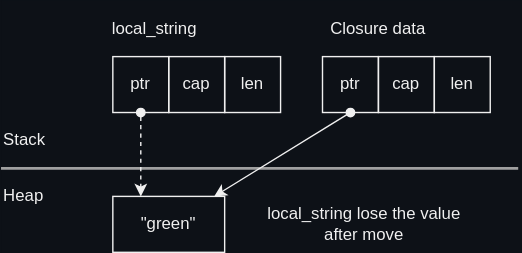
htgithub194/self-study keeps this draw.io diagram as docs/rust/closure/images/move_closure.drawio.svg. Above is the earlier version. Source tidied: cells renumbered, new cells last; positions are measured from the earlier drawing's top-left corner, leaving out a move shared by most shapes.
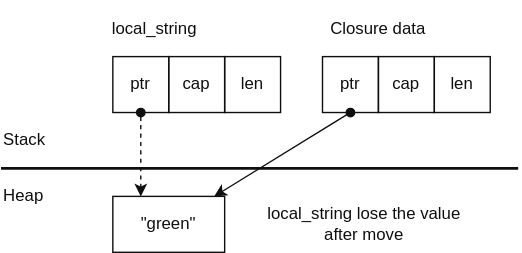
After the change.

Change to the diagram source:
```diff
@@ -1,53 +1,53 @@
-<mxGraphModel background="#0D1117">
+<mxGraphModel>
   <root>
     <mxCell id="0" />
     <mxCell id="1" parent="0" />
-    <mxCell id="2" value="Closure data" style="text;html=1;strokeColor=none;fillColor=none;align=center;verticalAlign=middle;whiteSpace=wrap;rounded=0;fontColor=#F0F0F0;" parent="1" vertex="1">
+    <mxCell id="2" value="Closure data" style="text;html=1;strokeColor=none;fillColor=none;align=center;verticalAlign=middle;whiteSpace=wrap;rounded=0;fontColor=light-dark(#0F0F0F,#F0F0F0);" parent="1" vertex="1">
       <mxGeometry x="230" width="80" height="40" as="geometry" />
     </mxCell>
-    <mxCell id="3" style="endArrow=none;html=1;strokeColor=#A0A0A0;strokeWidth=2;" parent="1" edge="1">
+    <mxCell id="3" style="endArrow=none;html=1;strokeColor=light-dark(#0F0F0F,#F0F0F0);strokeWidth=2;fontColor=light-dark(#0F0F0F,#F0F0F0);" parent="1" edge="1">
       <mxGeometry relative="1" as="geometry">
         <mxPoint y="120" as="sourcePoint" />
         <mxPoint x="370" y="120" as="targetPoint" />
       </mxGeometry>
     </mxCell>
-    <mxCell id="4" value="Heap" style="text;html=1;strokeColor=none;fillColor=none;align=left;verticalAlign=middle;whiteSpace=wrap;rounded=0;fontColor=#F0F0F0;" parent="1" vertex="1">
+    <mxCell id="4" value="Heap" style="text;html=1;strokeColor=none;fillColor=none;align=left;verticalAlign=middle;whiteSpace=wrap;rounded=0;fontColor=light-dark(#0F0F0F,#F0F0F0);" parent="1" vertex="1">
       <mxGeometry y="120" width="80" height="40" as="geometry" />
     </mxCell>
-    <mxCell id="5" value="Stack" style="text;html=1;strokeColor=none;fillColor=none;align=left;verticalAlign=middle;whiteSpace=wrap;rounded=0;fontColor=#F0F0F0;" parent="1" vertex="1">
+    <mxCell id="5" value="Stack" style="text;html=1;strokeColor=none;fillColor=none;align=left;verticalAlign=middle;whiteSpace=wrap;rounded=0;fontColor=light-dark(#0F0F0F,#F0F0F0);" parent="1" vertex="1">
       <mxGeometry y="80" width="80" height="40" as="geometry" />
     </mxCell>
-    <mxCell id="6" style="edgeStyle=none;html=1;entryX=0.25;entryY=0;entryDx=0;entryDy=0;strokeColor=#F0F0F0;fontColor=#F0F0F0;strokeWidth=1;startArrow=oval;startFill=1;dashed=1;" parent="1" edge="1" source="7" target="11">
+    <mxCell id="6" style="edgeStyle=none;html=1;entryX=0.25;entryY=0;entryDx=0;entryDy=0;strokeColor=light-dark(#0F0F0F,#F0F0F0);fontColor=light-dark(#0F0F0F,#F0F0F0);strokeWidth=1;startArrow=oval;startFill=1;dashed=1;" parent="1" edge="1" source="7" target="11">
       <mxGeometry relative="1" as="geometry" />
     </mxCell>
-    <mxCell id="7" value="ptr" style="rounded=0;whiteSpace=wrap;html=1;flipH=1;flipV=1;fillColor=none;fontColor=#F0F0F0;strokeColor=#F0F0F0;" parent="1" vertex="1">
+    <mxCell id="7" value="ptr" style="rounded=0;whiteSpace=wrap;html=1;flipH=1;flipV=1;fillColor=none;fontColor=light-dark(#0F0F0F,#F0F0F0);strokeColor=light-dark(#0F0F0F,#F0F0F0);" parent="1" vertex="1">
       <mxGeometry x="80" y="40" width="40" height="40" as="geometry" />
     </mxCell>
-    <mxCell id="8" value="cap" style="rounded=0;whiteSpace=wrap;html=1;flipH=1;flipV=1;fillColor=none;fontColor=#F0F0F0;strokeColor=#F0F0F0;" parent="1" vertex="1">
+    <mxCell id="8" value="cap" style="rounded=0;whiteSpace=wrap;html=1;flipH=1;flipV=1;fillColor=none;fontColor=light-dark(#0F0F0F,#F0F0F0);strokeColor=light-dark(#0F0F0F,#F0F0F0);" parent="1" vertex="1">
       <mxGeometry x="120" y="40" width="40" height="40" as="geometry" />
     </mxCell>
-    <mxCell id="9" value="len" style="rounded=0;whiteSpace=wrap;html=1;flipH=1;flipV=1;fillColor=none;fontColor=#F0F0F0;strokeColor=#F0F0F0;" parent="1" vertex="1">
+    <mxCell id="9" value="len" style="rounded=0;whiteSpace=wrap;html=1;flipH=1;flipV=1;fillColor=none;fontColor=light-dark(#0F0F0F,#F0F0F0);strokeColor=light-dark(#0F0F0F,#F0F0F0);" parent="1" vertex="1">
       <mxGeometry x="160" y="40" width="40" height="40" as="geometry" />
     </mxCell>
-    <mxCell id="10" value="local_string" style="text;html=1;strokeColor=none;fillColor=none;align=center;verticalAlign=middle;whiteSpace=wrap;rounded=0;fontColor=#F0F0F0;" parent="1" vertex="1">
+    <mxCell id="10" value="local_string" style="text;html=1;strokeColor=none;fillColor=none;align=center;verticalAlign=middle;whiteSpace=wrap;rounded=0;fontColor=light-dark(#0F0F0F,#F0F0F0);" parent="1" vertex="1">
       <mxGeometry x="80" width="60" height="40" as="geometry" />
     </mxCell>
-    <mxCell id="11" value="&quot;green&quot;" style="rounded=0;whiteSpace=wrap;html=1;flipH=1;flipV=1;fillColor=none;fontColor=#F0F0F0;strokeColor=#F0F0F0;" parent="1" vertex="1">
+    <mxCell id="11" value="&quot;green&quot;" style="rounded=0;whiteSpace=wrap;html=1;flipH=1;flipV=1;fillColor=none;fontColor=light-dark(#0F0F0F,#F0F0F0);strokeColor=light-dark(#0F0F0F,#F0F0F0);" parent="1" vertex="1">
       <mxGeometry x="80" y="140" width="80" height="40" as="geometry" />
     </mxCell>
-    <mxCell id="12" style="edgeStyle=none;html=1;strokeWidth=1;startArrow=oval;startFill=1;strokeColor=#F0F0F0;exitX=0.5;exitY=1;exitDx=0;exitDy=0;" parent="1" edge="1" source="13" target="11">
+    <mxCell id="12" style="edgeStyle=none;html=1;strokeWidth=1;startArrow=oval;startFill=1;strokeColor=light-dark(#0F0F0F,#F0F0F0);exitX=0.5;exitY=1;exitDx=0;exitDy=0;fontColor=light-dark(#0F0F0F,#F0F0F0);" parent="1" edge="1" source="13" target="11">
       <mxGeometry relative="1" as="geometry" />
     </mxCell>
-    <mxCell id="13" value="ptr" style="rounded=0;whiteSpace=wrap;html=1;flipH=1;flipV=1;fillColor=none;fontColor=#F0F0F0;strokeColor=#F0F0F0;" parent="1" vertex="1">
+    <mxCell id="13" value="ptr" style="rounded=0;whiteSpace=wrap;html=1;flipH=1;flipV=1;fillColor=none;fontColor=light-dark(#0F0F0F,#F0F0F0);strokeColor=light-dark(#0F0F0F,#F0F0F0);" parent="1" vertex="1">
       <mxGeometry x="230" y="40" width="40" height="40" as="geometry" />
     </mxCell>
-    <mxCell id="14" value="cap" style="rounded=0;whiteSpace=wrap;html=1;flipH=1;flipV=1;fillColor=none;fontColor=#F0F0F0;strokeColor=#F0F0F0;" parent="1" vertex="1">
+    <mxCell id="14" value="cap" style="rounded=0;whiteSpace=wrap;html=1;flipH=1;flipV=1;fillColor=none;fontColor=light-dark(#0F0F0F,#F0F0F0);strokeColor=light-dark(#0F0F0F,#F0F0F0);" parent="1" vertex="1">
       <mxGeometry x="270" y="40" width="40" height="40" as="geometry" />
     </mxCell>
-    <mxCell id="15" value="len" style="rounded=0;whiteSpace=wrap;html=1;flipH=1;flipV=1;fillColor=none;fontColor=#F0F0F0;strokeColor=#F0F0F0;" parent="1" vertex="1">
+    <mxCell id="15" value="len" style="rounded=0;whiteSpace=wrap;html=1;flipH=1;flipV=1;fillColor=none;fontColor=light-dark(#0F0F0F,#F0F0F0);strokeColor=light-dark(#0F0F0F,#F0F0F0);" parent="1" vertex="1">
       <mxGeometry x="310" y="40" width="40" height="40" as="geometry" />
     </mxCell>
-    <mxCell id="16" value="local_string lose the value after move" style="text;html=1;strokeColor=none;fillColor=none;align=center;verticalAlign=middle;whiteSpace=wrap;rounded=0;fontColor=#F0F0F0;" parent="1" vertex="1">
+    <mxCell id="16" value="local_string lose the value after move" style="text;html=1;strokeColor=none;fillColor=none;align=center;verticalAlign=middle;whiteSpace=wrap;rounded=0;fontColor=light-dark(#0F0F0F,#F0F0F0);" parent="1" vertex="1">
       <mxGeometry x="180" y="140" width="160" height="40" as="geometry" />
     </mxCell>
   </root>
```
